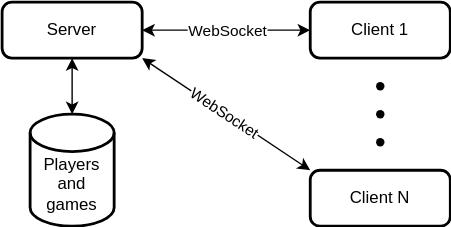
The draw.io diagram docs/architecture.svg in roman-zubarevich/another, before a commit. Source tidied: cells renumbered, new cells last; positions are measured from the earlier drawing's top-left corner, leaving out a move shared by most shapes.
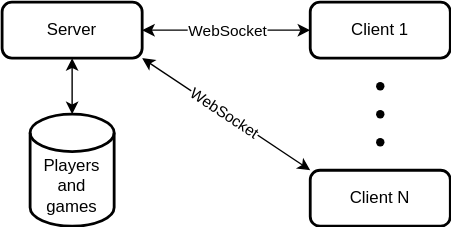
Later version of the same file.

The edit, as a diff of the source:
```diff
@@ -2,7 +2,7 @@
   <root>
     <mxCell id="0" />
     <mxCell id="1" parent="0" />
-    <mxCell id="2" value="Players and games" style="strokeWidth=2;html=1;shape=mxgraph.flowchart.database;whiteSpace=wrap;spacingTop=20;" parent="1" vertex="1">
+    <mxCell id="2" value="Players and games" style="strokeWidth=2;html=1;shape=mxgraph.flowchart.database;whiteSpace=wrap;spacingTop=21;" parent="1" vertex="1">
       <mxGeometry x="20" y="80" width="60" height="80" as="geometry" />
     </mxCell>
     <mxCell id="3" style="rounded=0;jettySize=auto;html=1;startArrow=classic;startFill=1;" parent="1" edge="1" source="6" target="8">
```
